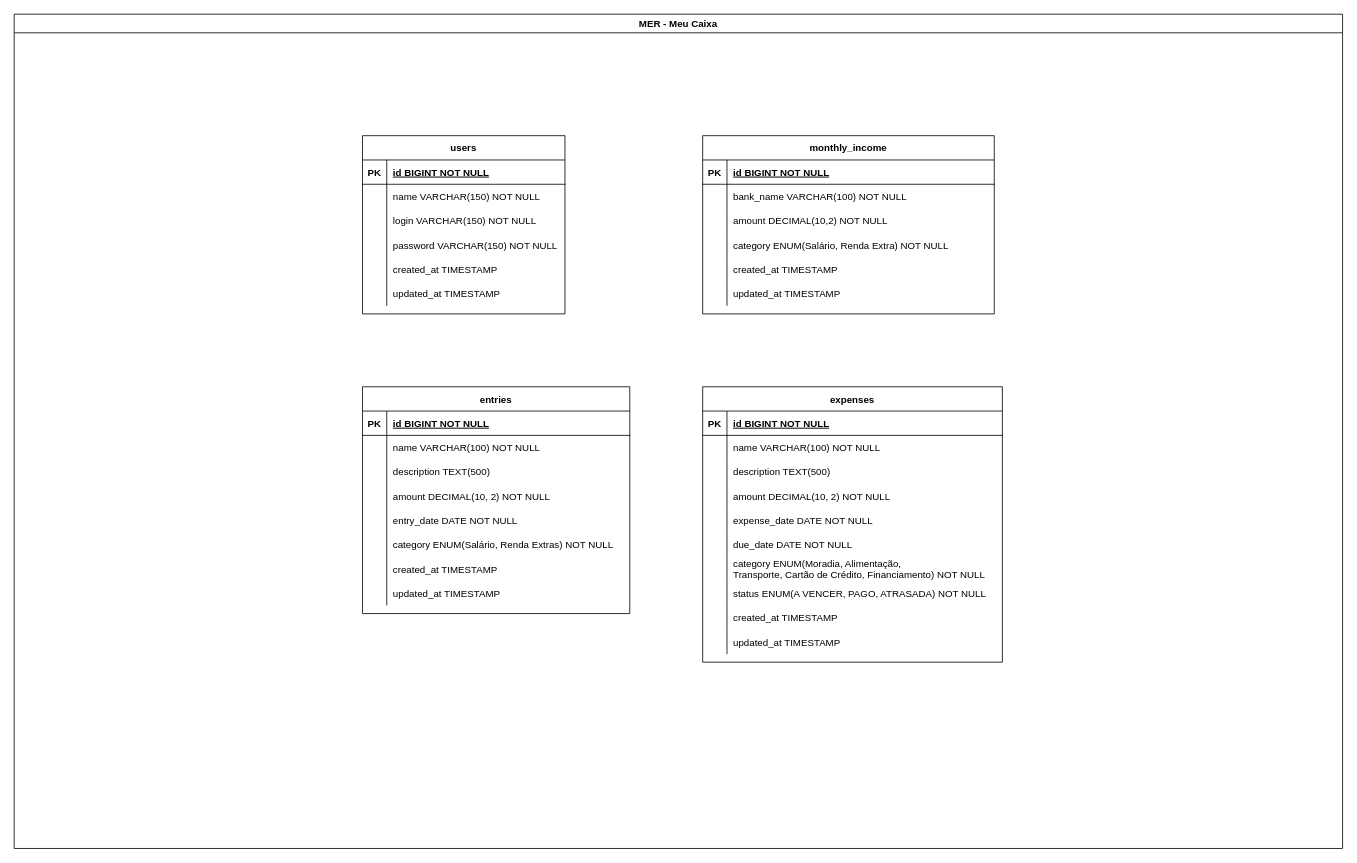
Before: MER/mer.drawio in meu-caixa/docs, a draw.io diagram. Source tidied: cells renumbered, new cells numbered last; positions are measured from the earlier drawing's top-left corner, leaving out a move shared by most shapes. Both pictures are drawn from the tidied source at 81%, with x=0, y=0 at pixel (14, 14).
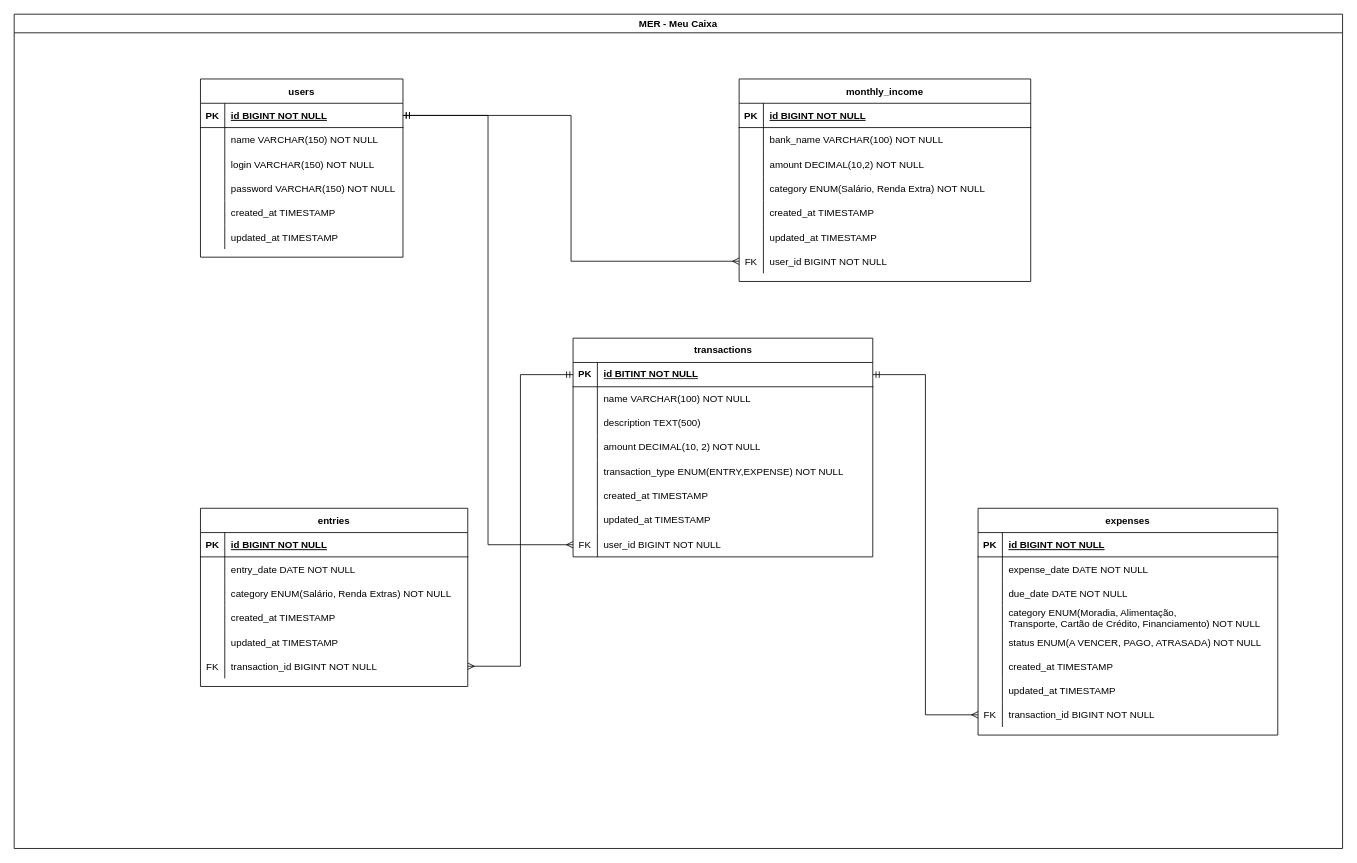
After the change.

Commit message:
doc(mer.drawio): atualizando MER do banco de dados

The change refers to these unchanged cells:
```xml
<mxCell id="2" value="MER - Meu Caixa" style="swimlane;whiteSpace=wrap;html=1;" parent="1" vertex="1">
  <mxGeometry width="1640" height="1030" as="geometry" />
</mxCell>
<mxCell id="29" style="shape=partialRectangle;fillColor=none;points=[[0,0.5],[1,0.5]];portConstraint=eastwest;top=0;left=0;right=0;bottom=1;" parent="28" vertex="1">
  <mxGeometry y="30" width="250" height="30" as="geometry" />
</mxCell>
```

Change to the diagram source:
```diff
@@
     <mxCell id="3" value="entries" style="shape=table;startSize=30;childLayout=tableLayout;rowLines=0;fontStyle=1;align=center;" parent="2" vertex="1">
-      <mxGeometry x="430" y="460" width="330" height="280" as="geometry" />
+      <mxGeometry x="230" y="610" width="330" height="220" as="geometry" />
     </mxCell>
@@
-    <mxCell id="7" style="shape=partialRectangle;fillColor=none;top=0;left=0;right=0;bottom=0;" parent="3" vertex="1">
-      <mxGeometry y="60" width="330" height="30" as="geometry" />
-    </mxCell>
-    <mxCell id="8" style="shape=partialRectangle;overflow=hidden;fillColor=none;top=0;left=0;bottom=0;right=0;" parent="7" vertex="1">
-      <mxGeometry width="30" height="30" as="geometry" />
-    </mxCell>
-    <mxCell id="9" value="name VARCHAR(100) NOT NULL" style="shape=partialRectangle;overflow=hidden;fillColor=none;top=0;left=0;bottom=0;right=0;align=left;spacingLeft=6;" parent="7" vertex="1">
-      <mxGeometry x="30" width="300" height="30" as="geometry" />
-    </mxCell>
-    <mxCell id="10" style="shape=partialRectangle;fillColor=none;top=0;left=0;right=0;bottom=0;" parent="3" vertex="1">
-      <mxGeometry y="90" width="330" height="30" as="geometry" />
-    </mxCell>
-    <mxCell id="11" style="shape=partialRectangle;overflow=hidden;fillColor=none;top=0;left=0;bottom=0;right=0;" parent="10" vertex="1">
-      <mxGeometry width="30" height="30" as="geometry" />
-    </mxCell>
-    <mxCell id="12" value="description TEXT(500)" style="shape=partialRectangle;overflow=hidden;fillColor=none;top=0;left=0;bottom=0;right=0;align=left;spacingLeft=6;" parent="10" vertex="1">
-      <mxGeometry x="30" width="300" height="30" as="geometry" />
-    </mxCell>
-    <mxCell id="13" style="shape=partialRectangle;fillColor=none;top=0;left=0;right=0;bottom=0;" parent="3" vertex="1">
-      <mxGeometry y="120" width="330" height="30" as="geometry" />
-    </mxCell>
-    <mxCell id="14" style="shape=partialRectangle;overflow=hidden;fillColor=none;top=0;left=0;bottom=0;right=0;" parent="13" vertex="1">
-      <mxGeometry width="30" height="30" as="geometry" />
-    </mxCell>
-    <mxCell id="15" value="amount DECIMAL(10, 2) NOT NULL" style="shape=partialRectangle;overflow=hidden;fillColor=none;top=0;left=0;bottom=0;right=0;align=left;spacingLeft=6;" parent="13" vertex="1">
-      <mxGeometry x="30" width="300" height="30" as="geometry" />
-    </mxCell>
     <mxCell id="16" style="shape=partialRectangle;fillColor=none;top=0;left=0;right=0;bottom=0;" parent="3" vertex="1">
-      <mxGeometry y="150" width="330" height="30" as="geometry" />
+      <mxGeometry y="60" width="330" height="30" as="geometry" />
     </mxCell>
@@
     <mxCell id="19" style="shape=partialRectangle;fillColor=none;top=0;left=0;right=0;bottom=0;" parent="3" vertex="1">
-      <mxGeometry y="180" width="330" height="30" as="geometry" />
+      <mxGeometry y="90" width="330" height="30" as="geometry" />
     </mxCell>
@@
     <mxCell id="22" style="shape=partialRectangle;fillColor=none;top=0;left=0;right=0;bottom=0;" parent="3" vertex="1">
-      <mxGeometry y="210" width="330" height="30" as="geometry" />
+      <mxGeometry y="120" width="330" height="30" as="geometry" />
     </mxCell>
@@
     <mxCell id="25" style="shape=partialRectangle;fillColor=none;top=0;left=0;right=0;bottom=0;" parent="3" vertex="1">
-      <mxGeometry y="240" width="330" height="30" as="geometry" />
+      <mxGeometry y="150" width="330" height="30" as="geometry" />
     </mxCell>
@@
+    <mxCell id="97" style="shape=partialRectangle;fillColor=none;points=[[0,0.5],[1,0.5]];portConstraint=eastwest;top=0;left=0;right=0;bottom=0;" parent="3" vertex="1">
+      <mxGeometry y="180" width="330" height="30" as="geometry" />
+    </mxCell>
+    <mxCell id="98" value="FK" style="shape=partialRectangle;overflow=hidden;fillColor=none;top=0;left=0;bottom=0;right=0;" parent="97" vertex="1">
+      <mxGeometry width="30" height="30" as="geometry" />
+    </mxCell>
+    <mxCell id="99" value="transaction_id BIGINT NOT NULL" style="shape=partialRectangle;overflow=hidden;fillColor=none;top=0;left=0;bottom=0;right=0;align=left;spacingLeft=6;" parent="97" vertex="1">
+      <mxGeometry x="30" width="300" height="30" as="geometry" />
+    </mxCell>
     <mxCell id="28" value="users" style="shape=table;startSize=30;childLayout=tableLayout;rowLines=0;fontStyle=1;align=center;" parent="2" vertex="1">
-      <mxGeometry x="430" y="150" width="250" height="220" as="geometry" />
+      <mxGeometry x="230" y="80" width="250" height="220" as="geometry" />
     </mxCell>
@@
     <mxCell id="47" value="monthly_income" style="shape=table;startSize=30;childLayout=tableLayout;rowLines=0;fontStyle=1;align=center;" parent="2" vertex="1">
-      <mxGeometry x="850" y="150" width="360" height="220" as="geometry" />
+      <mxGeometry x="895" y="80" width="360" height="250" as="geometry" />
     </mxCell>
@@
+    <mxCell id="100" style="shape=partialRectangle;fillColor=none;points=[[0,0.5],[1,0.5]];portConstraint=eastwest;top=0;left=0;right=0;bottom=0;" parent="47" vertex="1">
+      <mxGeometry y="210" width="360" height="30" as="geometry" />
+    </mxCell>
+    <mxCell id="101" value="FK" style="shape=partialRectangle;overflow=hidden;fillColor=none;top=0;left=0;bottom=0;right=0;" parent="100" vertex="1">
+      <mxGeometry width="30" height="30" as="geometry" />
+    </mxCell>
+    <mxCell id="102" value="user_id BIGINT NOT NULL" style="shape=partialRectangle;overflow=hidden;fillColor=none;top=0;left=0;bottom=0;right=0;align=left;spacingLeft=6;" parent="100" vertex="1">
+      <mxGeometry x="30" width="330" height="30" as="geometry" />
+    </mxCell>
     <mxCell id="66" value="expenses" style="shape=table;startSize=30;childLayout=tableLayout;rowLines=0;fontStyle=1;align=center;" parent="2" vertex="1">
-      <mxGeometry x="850" y="460" width="370" height="340" as="geometry" />
+      <mxGeometry x="1190" y="610" width="370" height="280" as="geometry" />
     </mxCell>
@@
-    <mxCell id="70" style="shape=partialRectangle;fillColor=none;top=0;left=0;right=0;bottom=0;" parent="66" vertex="1">
-      <mxGeometry y="60" width="370" height="30" as="geometry" />
-    </mxCell>
-    <mxCell id="71" style="shape=partialRectangle;overflow=hidden;fillColor=none;top=0;left=0;bottom=0;right=0;" parent="70" vertex="1">
-      <mxGeometry width="30" height="30" as="geometry" />
-    </mxCell>
-    <mxCell id="72" value="name VARCHAR(100) NOT NULL" style="shape=partialRectangle;overflow=hidden;fillColor=none;top=0;left=0;bottom=0;right=0;align=left;spacingLeft=6;" parent="70" vertex="1">
-      <mxGeometry x="30" width="340" height="30" as="geometry" />
-    </mxCell>
-    <mxCell id="73" style="shape=partialRectangle;fillColor=none;top=0;left=0;right=0;bottom=0;" parent="66" vertex="1">
-      <mxGeometry y="90" width="370" height="30" as="geometry" />
-    </mxCell>
-    <mxCell id="74" style="shape=partialRectangle;overflow=hidden;fillColor=none;top=0;left=0;bottom=0;right=0;" parent="73" vertex="1">
-      <mxGeometry width="30" height="30" as="geometry" />
-    </mxCell>
-    <mxCell id="75" value="description TEXT(500)" style="shape=partialRectangle;overflow=hidden;fillColor=none;top=0;left=0;bottom=0;right=0;align=left;spacingLeft=6;" parent="73" vertex="1">
-      <mxGeometry x="30" width="340" height="30" as="geometry" />
-    </mxCell>
-    <mxCell id="76" style="shape=partialRectangle;fillColor=none;top=0;left=0;right=0;bottom=0;" parent="66" vertex="1">
-      <mxGeometry y="120" width="370" height="30" as="geometry" />
-    </mxCell>
-    <mxCell id="77" style="shape=partialRectangle;overflow=hidden;fillColor=none;top=0;left=0;bottom=0;right=0;" parent="76" vertex="1">
-      <mxGeometry width="30" height="30" as="geometry" />
-    </mxCell>
-    <mxCell id="78" value="amount DECIMAL(10, 2) NOT NULL" style="shape=partialRectangle;overflow=hidden;fillColor=none;top=0;left=0;bottom=0;right=0;align=left;spacingLeft=6;" parent="76" vertex="1">
-      <mxGeometry x="30" width="340" height="30" as="geometry" />
-    </mxCell>
     <mxCell id="79" style="shape=partialRectangle;fillColor=none;top=0;left=0;right=0;bottom=0;" parent="66" vertex="1">
-      <mxGeometry y="150" width="370" height="30" as="geometry" />
+      <mxGeometry y="60" width="370" height="30" as="geometry" />
     </mxCell>
@@
     <mxCell id="82" style="shape=partialRectangle;fillColor=none;top=0;left=0;right=0;bottom=0;" parent="66" vertex="1">
-      <mxGeometry y="180" width="370" height="30" as="geometry" />
+      <mxGeometry y="90" width="370" height="30" as="geometry" />
     </mxCell>
@@
     <mxCell id="85" style="shape=partialRectangle;fillColor=none;top=0;left=0;right=0;bottom=0;" parent="66" vertex="1">
-      <mxGeometry y="210" width="370" height="30" as="geometry" />
+      <mxGeometry y="120" width="370" height="30" as="geometry" />
     </mxCell>
@@
     <mxCell id="88" style="shape=partialRectangle;fillColor=none;top=0;left=0;right=0;bottom=0;" parent="66" vertex="1">
-      <mxGeometry y="240" width="370" height="30" as="geometry" />
+      <mxGeometry y="150" width="370" height="30" as="geometry" />
     </mxCell>
@@
     <mxCell id="91" style="shape=partialRectangle;fillColor=none;top=0;left=0;right=0;bottom=0;" parent="66" vertex="1">
-      <mxGeometry y="270" width="370" height="30" as="geometry" />
+      <mxGeometry y="180" width="370" height="30" as="geometry" />
     </mxCell>
@@
     <mxCell id="94" style="shape=partialRectangle;fillColor=none;top=0;left=0;right=0;bottom=0;" parent="66" vertex="1">
-      <mxGeometry y="300" width="370" height="30" as="geometry" />
+      <mxGeometry y="210" width="370" height="30" as="geometry" />
     </mxCell>
@@
+    <mxCell id="103" style="shape=partialRectangle;fillColor=none;points=[[0,0.5],[1,0.5]];portConstraint=eastwest;top=0;left=0;right=0;bottom=0;" parent="66" vertex="1">
+      <mxGeometry y="240" width="370" height="30" as="geometry" />
+    </mxCell>
+    <mxCell id="104" value="FK" style="shape=partialRectangle;overflow=hidden;fillColor=none;top=0;left=0;bottom=0;right=0;" parent="103" vertex="1">
+      <mxGeometry width="30" height="30" as="geometry" />
+    </mxCell>
+    <mxCell id="105" value="transaction_id BIGINT NOT NULL" style="shape=partialRectangle;overflow=hidden;fillColor=none;top=0;left=0;bottom=0;right=0;align=left;spacingLeft=6;" parent="103" vertex="1">
+      <mxGeometry x="30" width="340" height="30" as="geometry" />
+    </mxCell>
+    <mxCell id="106" value="transactions" style="shape=table;startSize=30;childLayout=tableLayout;rowLines=0;fontStyle=1;align=center;html=1;" parent="2" vertex="1">
+      <mxGeometry x="690" y="400" width="370" height="270" as="geometry" />
+    </mxCell>
+    <mxCell id="107" style="shape=tableRow;horizontal=0;startSize=0;swimlaneHead=0;swimlaneBody=0;fillColor=none;points=[[0,0.5],[1,0.5]];portConstraint=eastwest;top=0;left=0;right=0;bottom=1;" parent="106" vertex="1">
+      <mxGeometry y="30" width="370" height="30" as="geometry" />
+    </mxCell>
+    <mxCell id="108" value="PK" style="shape=partialRectangle;fillColor=none;top=0;left=0;bottom=0;right=0;fontStyle=1;overflow=hidden;whiteSpace=wrap;html=1;" parent="107" vertex="1">
+      <mxGeometry width="30" height="30" as="geometry" />
+    </mxCell>
+    <mxCell id="109" value="id BITINT NOT NULL" style="shape=partialRectangle;fillColor=none;top=0;left=0;bottom=0;right=0;align=left;spacingLeft=6;fontStyle=5;overflow=hidden;whiteSpace=wrap;html=1;" parent="107" vertex="1">
+      <mxGeometry x="30" width="340" height="30" as="geometry" />
+    </mxCell>
+    <mxCell id="110" style="shape=tableRow;horizontal=0;startSize=0;swimlaneHead=0;swimlaneBody=0;fillColor=none;top=0;left=0;right=0;bottom=0;" parent="106" vertex="1">
+      <mxGeometry y="60" width="370" height="30" as="geometry" />
+    </mxCell>
+    <mxCell id="111" style="shape=partialRectangle;fillColor=none;top=0;left=0;bottom=0;right=0;overflow=hidden;whiteSpace=wrap;html=1;" parent="110" vertex="1">
+      <mxGeometry width="30" height="30" as="geometry" />
+    </mxCell>
+    <mxCell id="112" value="&lt;span style=&quot;text-wrap-mode: nowrap;&quot;&gt;name VARCHAR(100) NOT NULL&lt;/span&gt;" style="shape=partialRectangle;fillColor=none;top=0;left=0;bottom=0;right=0;align=left;spacingLeft=6;overflow=hidden;whiteSpace=wrap;html=1;" parent="110" vertex="1">
+      <mxGeometry x="30" width="340" height="30" as="geometry" />
+    </mxCell>
+    <mxCell id="113" style="shape=tableRow;horizontal=0;startSize=0;swimlaneHead=0;swimlaneBody=0;fillColor=none;top=0;left=0;right=0;bottom=0;" parent="106" vertex="1">
+      <mxGeometry y="90" width="370" height="30" as="geometry" />
+    </mxCell>
+    <mxCell id="114" style="shape=partialRectangle;fillColor=none;top=0;left=0;bottom=0;right=0;overflow=hidden;whiteSpace=wrap;html=1;" parent="113" vertex="1">
+      <mxGeometry width="30" height="30" as="geometry" />
+    </mxCell>
+    <mxCell id="115" value="&lt;span style=&quot;text-wrap-mode: nowrap;&quot;&gt;description TEXT(500)&lt;/span&gt;" style="shape=partialRectangle;fillColor=none;top=0;left=0;bottom=0;right=0;align=left;spacingLeft=6;overflow=hidden;whiteSpace=wrap;html=1;" parent="113" vertex="1">
+      <mxGeometry x="30" width="340" height="30" as="geometry" />
+    </mxCell>
+    <mxCell id="116" style="shape=tableRow;horizontal=0;startSize=0;swimlaneHead=0;swimlaneBody=0;fillColor=none;top=0;left=0;right=0;bottom=0;" parent="106" vertex="1">
+      <mxGeometry y="120" width="370" height="30" as="geometry" />
+    </mxCell>
+    <mxCell id="117" style="shape=partialRectangle;fillColor=none;top=0;left=0;bottom=0;right=0;overflow=hidden;whiteSpace=wrap;html=1;" parent="116" vertex="1">
+      <mxGeometry width="30" height="30" as="geometry" />
+    </mxCell>
+    <mxCell id="118" value="&lt;span style=&quot;text-wrap-mode: nowrap;&quot;&gt;amount DECIMAL(10, 2) NOT NULL&lt;/span&gt;" style="shape=partialRectangle;fillColor=none;top=0;left=0;bottom=0;right=0;align=left;spacingLeft=6;overflow=hidden;whiteSpace=wrap;html=1;" parent="116" vertex="1">
+      <mxGeometry x="30" width="340" height="30" as="geometry" />
+    </mxCell>
+    <mxCell id="119" style="shape=tableRow;horizontal=0;startSize=0;swimlaneHead=0;swimlaneBody=0;fillColor=none;top=0;left=0;right=0;bottom=0;" parent="106" vertex="1">
+      <mxGeometry y="150" width="370" height="30" as="geometry" />
+    </mxCell>
+    <mxCell id="120" style="shape=partialRectangle;fillColor=none;top=0;left=0;bottom=0;right=0;overflow=hidden;whiteSpace=wrap;html=1;" parent="119" vertex="1">
+      <mxGeometry width="30" height="30" as="geometry" />
+    </mxCell>
+    <mxCell id="121" value="&lt;span style=&quot;text-wrap-mode: nowrap;&quot;&gt;transaction_type ENUM(ENTRY,EXPENSE) NOT NULL&lt;/span&gt;" style="shape=partialRectangle;fillColor=none;top=0;left=0;bottom=0;right=0;align=left;spacingLeft=6;overflow=hidden;whiteSpace=wrap;html=1;" parent="119" vertex="1">
+      <mxGeometry x="30" width="340" height="30" as="geometry" />
+    </mxCell>
+    <mxCell id="122" style="shape=tableRow;horizontal=0;startSize=0;swimlaneHead=0;swimlaneBody=0;fillColor=none;top=0;left=0;right=0;bottom=0;" parent="106" vertex="1">
+      <mxGeometry y="180" width="370" height="30" as="geometry" />
+    </mxCell>
+    <mxCell id="123" style="shape=partialRectangle;fillColor=none;top=0;left=0;bottom=0;right=0;overflow=hidden;whiteSpace=wrap;html=1;" parent="122" vertex="1">
+      <mxGeometry width="30" height="30" as="geometry" />
+    </mxCell>
+    <mxCell id="124" value="&lt;span style=&quot;text-wrap-mode: nowrap;&quot;&gt;created_at TIMESTAMP&lt;/span&gt;" style="shape=partialRectangle;fillColor=none;top=0;left=0;bottom=0;right=0;align=left;spacingLeft=6;overflow=hidden;whiteSpace=wrap;html=1;" parent="122" vertex="1">
+      <mxGeometry x="30" width="340" height="30" as="geometry" />
+    </mxCell>
+    <mxCell id="125" style="shape=tableRow;horizontal=0;startSize=0;swimlaneHead=0;swimlaneBody=0;fillColor=none;top=0;left=0;right=0;bottom=0;" parent="106" vertex="1">
+      <mxGeometry y="210" width="370" height="30" as="geometry" />
+    </mxCell>
+    <mxCell id="126" style="shape=partialRectangle;fillColor=none;top=0;left=0;bottom=0;right=0;overflow=hidden;whiteSpace=wrap;html=1;" parent="125" vertex="1">
+      <mxGeometry width="30" height="30" as="geometry" />
+    </mxCell>
+    <mxCell id="127" value="&lt;span style=&quot;text-wrap-mode: nowrap;&quot;&gt;updated_at TIMESTAMP&lt;/span&gt;" style="shape=partialRectangle;fillColor=none;top=0;left=0;bottom=0;right=0;align=left;spacingLeft=6;overflow=hidden;whiteSpace=wrap;html=1;" parent="125" vertex="1">
+      <mxGeometry x="30" width="340" height="30" as="geometry" />
+    </mxCell>
+    <mxCell id="128" style="shape=tableRow;horizontal=0;startSize=0;swimlaneHead=0;swimlaneBody=0;fillColor=none;points=[[0,0.5],[1,0.5]];portConstraint=eastwest;top=0;left=0;right=0;bottom=0;" parent="106" vertex="1">
+      <mxGeometry y="240" width="370" height="30" as="geometry" />
+    </mxCell>
+    <mxCell id="129" value="FK" style="shape=partialRectangle;fillColor=none;top=0;left=0;bottom=0;right=0;overflow=hidden;whiteSpace=wrap;html=1;" parent="128" vertex="1">
+      <mxGeometry width="30" height="30" as="geometry" />
+    </mxCell>
+    <mxCell id="130" value="&lt;span style=&quot;text-wrap-mode: nowrap;&quot;&gt;user_id BIGINT NOT NULL&lt;/span&gt;" style="shape=partialRectangle;fillColor=none;top=0;left=0;bottom=0;right=0;align=left;spacingLeft=6;overflow=hidden;whiteSpace=wrap;html=1;" parent="128" vertex="1">
+      <mxGeometry x="30" width="340" height="30" as="geometry" />
+    </mxCell>
+    <mxCell id="131" style="edgeStyle=orthogonalEdgeStyle;rounded=0;jettySize=auto;html=1;exitX=0;exitY=0.5;exitDx=0;exitDy=0;entryX=1;entryY=0.5;entryDx=0;entryDy=0;endArrow=ERmany;endFill=0;startArrow=ERmandOne;startFill=0;" parent="2" edge="1" source="107" target="97">
+      <mxGeometry relative="1" as="geometry" />
+    </mxCell>
+    <mxCell id="132" style="edgeStyle=orthogonalEdgeStyle;rounded=0;jettySize=auto;html=1;exitX=1;exitY=0.5;exitDx=0;exitDy=0;entryX=0;entryY=0.5;entryDx=0;entryDy=0;endArrow=ERmany;endFill=0;startArrow=ERmandOne;startFill=0;" parent="2" edge="1" source="107" target="103">
+      <mxGeometry relative="1" as="geometry" />
+    </mxCell>
+    <mxCell id="133" style="edgeStyle=orthogonalEdgeStyle;rounded=0;jettySize=auto;html=1;exitX=1;exitY=0.5;exitDx=0;exitDy=0;entryX=0;entryY=0.5;entryDx=0;entryDy=0;endArrow=ERmany;endFill=0;startArrow=ERmandOne;startFill=0;" parent="2" edge="1" source="29" target="128">
+      <mxGeometry relative="1" as="geometry" />
+    </mxCell>
+    <mxCell id="134" style="edgeStyle=orthogonalEdgeStyle;rounded=0;jettySize=auto;html=1;entryX=0;entryY=0.5;entryDx=0;entryDy=0;endArrow=ERmany;endFill=0;startArrow=ERmandOne;startFill=0;" parent="2" edge="1" source="29" target="100">
+      <mxGeometry relative="1" as="geometry" />
+    </mxCell>
```
